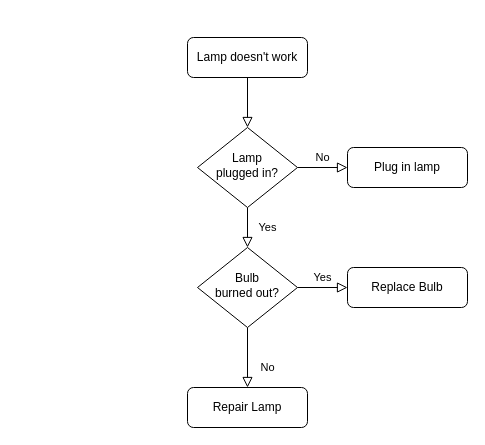
Peter1qaz2wsx/flow_chart- keeps this draw.io diagram as tracking.drawio. Above is the earlier version. Source tidied: cells renumbered, new cells numbered last; positions are measured from the earlier drawing's top-left corner, leaving out a move shared by most shapes. Both pictures are drawn from the tidied source at 100%, with x=0, y=0 at pixel (187, 37).
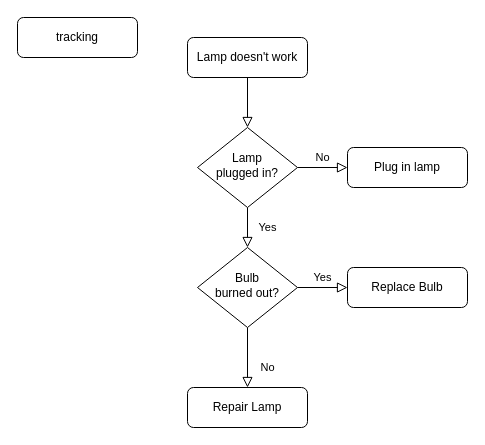
The same diagram, later.

Change to the diagram source:
```diff
@@
 <mxGraphModel>
   <root>
     <mxCell id="0" />
     <mxCell id="1" parent="0" />
     <mxCell id="2" style="rounded=0;html=1;jettySize=auto;fontSize=11;endArrow=block;endFill=0;endSize=8;strokeWidth=1;shadow=0;labelBackgroundColor=none;edgeStyle=orthogonalEdgeStyle;" parent="1" edge="1" source="3" target="6">
       <mxGeometry relative="1" as="geometry" />
     </mxCell>
     <mxCell id="3" value="Lamp doesn't work" style="rounded=1;whiteSpace=wrap;html=1;fontSize=12;glass=0;strokeWidth=1;shadow=0;" parent="1" vertex="1">
       <mxGeometry width="120" height="40" as="geometry" />
     </mxCell>
     <mxCell id="4" value="Yes" style="rounded=0;html=1;jettySize=auto;fontSize=11;endArrow=block;endFill=0;endSize=8;strokeWidth=1;shadow=0;labelBackgroundColor=none;edgeStyle=orthogonalEdgeStyle;" parent="1" edge="1" source="6" target="10">
       <mxGeometry y="20" relative="1" as="geometry" />
     </mxCell>
     <mxCell id="5" value="No" style="edgeStyle=orthogonalEdgeStyle;rounded=0;html=1;jettySize=auto;fontSize=11;endArrow=block;endFill=0;endSize=8;strokeWidth=1;shadow=0;labelBackgroundColor=none;" parent="1" edge="1" source="6" target="7">
       <mxGeometry y="10" relative="1" as="geometry" />
     </mxCell>
     <mxCell id="6" value="Lamp&lt;br&gt;plugged in?" style="rhombus;whiteSpace=wrap;html=1;shadow=0;fontFamily=Helvetica;fontSize=12;align=center;strokeWidth=1;spacing=6;spacingTop=-4;" parent="1" vertex="1">
       <mxGeometry x="10" y="90" width="100" height="80" as="geometry" />
     </mxCell>
     <mxCell id="7" value="Plug in lamp" style="rounded=1;whiteSpace=wrap;html=1;fontSize=12;glass=0;strokeWidth=1;shadow=0;" parent="1" vertex="1">
       <mxGeometry x="160" y="110" width="120" height="40" as="geometry" />
     </mxCell>
     <mxCell id="8" value="No" style="rounded=0;html=1;jettySize=auto;fontSize=11;endArrow=block;endFill=0;endSize=8;strokeWidth=1;shadow=0;labelBackgroundColor=none;edgeStyle=orthogonalEdgeStyle;" parent="1" edge="1" source="10" target="11">
       <mxGeometry x="0.33" y="20" relative="1" as="geometry" />
     </mxCell>
     <mxCell id="9" value="Yes" style="edgeStyle=orthogonalEdgeStyle;rounded=0;html=1;jettySize=auto;fontSize=11;endArrow=block;endFill=0;endSize=8;strokeWidth=1;shadow=0;labelBackgroundColor=none;" parent="1" edge="1" source="10" target="12">
       <mxGeometry y="10" relative="1" as="geometry" />
     </mxCell>
     <mxCell id="10" value="Bulb&lt;br&gt;burned out?" style="rhombus;whiteSpace=wrap;html=1;shadow=0;fontFamily=Helvetica;fontSize=12;align=center;strokeWidth=1;spacing=6;spacingTop=-4;" parent="1" vertex="1">
       <mxGeometry x="10" y="210" width="100" height="80" as="geometry" />
     </mxCell>
     <mxCell id="11" value="Repair Lamp" style="rounded=1;whiteSpace=wrap;html=1;fontSize=12;glass=0;strokeWidth=1;shadow=0;" parent="1" vertex="1">
       <mxGeometry y="350" width="120" height="40" as="geometry" />
     </mxCell>
     <mxCell id="12" value="Replace Bulb" style="rounded=1;whiteSpace=wrap;html=1;fontSize=12;glass=0;strokeWidth=1;shadow=0;" parent="1" vertex="1">
       <mxGeometry x="160" y="230" width="120" height="40" as="geometry" />
     </mxCell>
+    <mxCell id="13" value="tracking" style="rounded=1;whiteSpace=wrap;html=1;fontSize=12;glass=0;strokeWidth=1;shadow=0;" parent="1" vertex="1">
+      <mxGeometry x="-170" y="-20" width="120" height="40" as="geometry" />
+    </mxCell>
   </root>
 </mxGraphModel>
```
